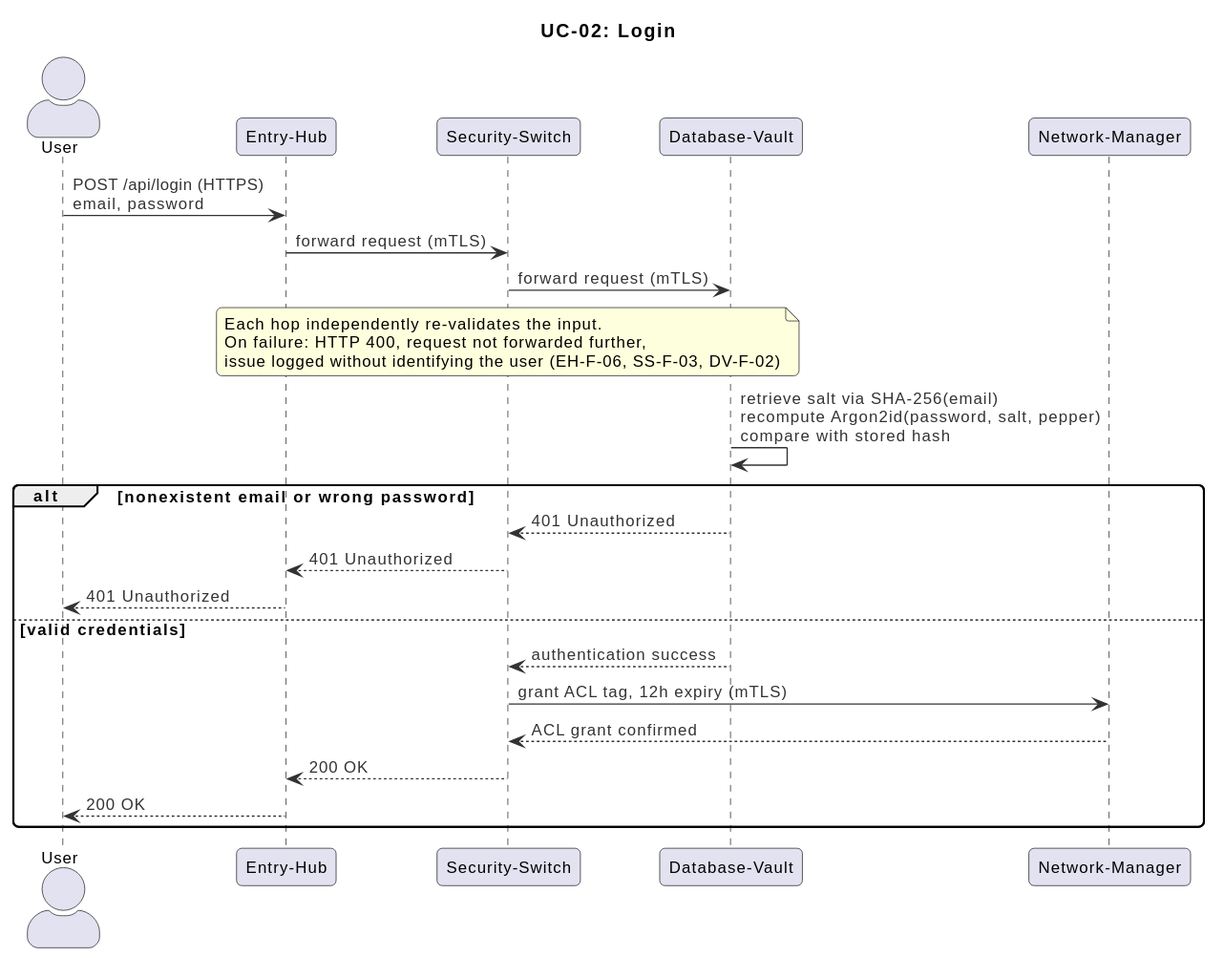
Earlier version of the PlantUML export docs/design/diagrams/rendered/use-cases/04-sequence-uc02-login.svg (Verryx-02/RAM-USB). Source of this version:
```plantuml
@startuml
!include ../_style.puml

title UC-02: Login

actor User
participant "Entry-Hub" as EH
participant "Security-Switch" as SS
participant "Database-Vault" as DV
participant "Network-Manager" as NM

User -> EH : POST /api/login (HTTPS)\nemail, password
EH -> SS : forward request (mTLS)
SS -> DV : forward request (mTLS)

note over EH, DV
  Each hop independently re-validates the input.
  On failure: HTTP 400, request not forwarded further,
  issue logged without identifying the user (EH-F-06, SS-F-03, DV-F-02)
end note

DV -> DV : retrieve salt via SHA-256(email)\nrecompute Argon2id(password, salt, pepper)\ncompare with stored hash

alt nonexistent email or wrong password
  DV --> SS : 401 Unauthorized
  SS --> EH : 401 Unauthorized
  EH --> User : 401 Unauthorized
else valid credentials
  DV --> SS : authentication success
  SS -> NM : grant ACL tag, 12h expiry (mTLS)
  NM --> SS : ACL grant confirmed
  SS --> EH : 200 OK
  EH --> User : 200 OK
end
@enduml
```
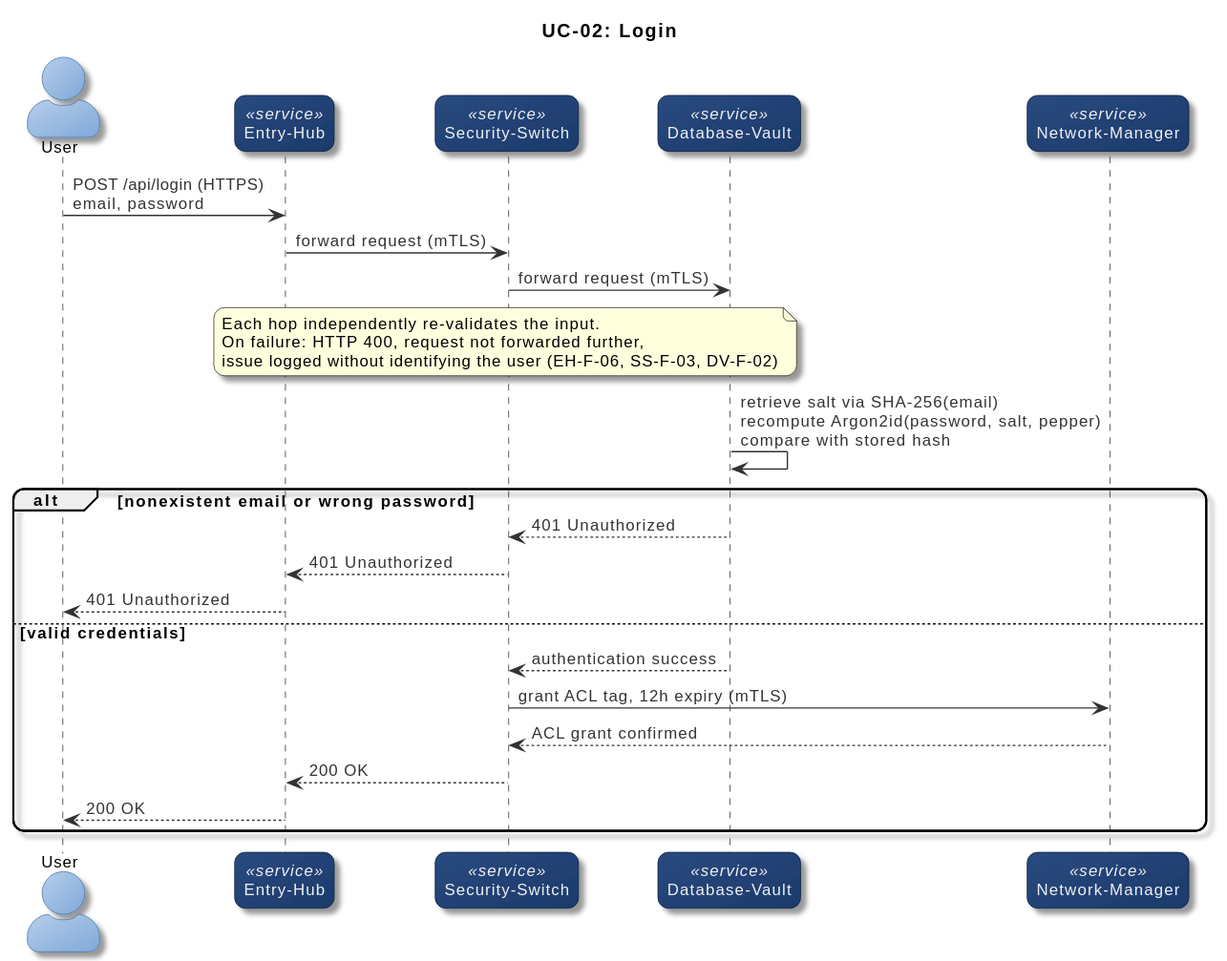
Above is the later version.

Commit message:
docs(project): extend blu notte palette to use-case, sequence, storage, and metrics diagrams

What changed in the source:
```diff
@@ -4,10 +4,10 @@
 title UC-02: Login
 
 actor User
-participant "Entry-Hub" as EH
-participant "Security-Switch" as SS
-participant "Database-Vault" as DV
-participant "Network-Manager" as NM
+participant "Entry-Hub" as EH <<service>>
+participant "Security-Switch" as SS <<service>>
+participant "Database-Vault" as DV <<service>>
+participant "Network-Manager" as NM <<service>>
 
 User -> EH : POST /api/login (HTTPS)\nemail, password
 EH -> SS : forward request (mTLS)
```
